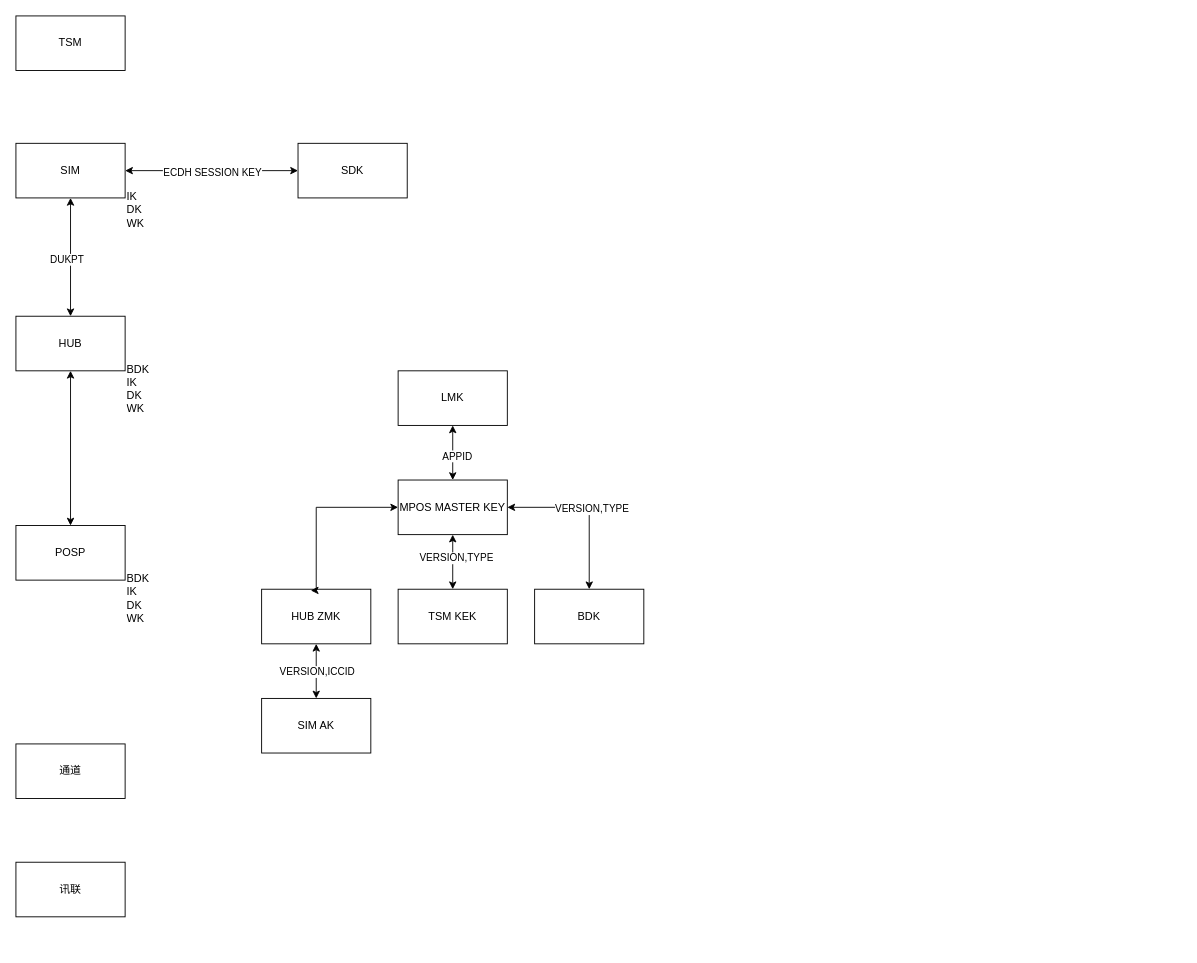
Earlier version of the draw.io diagram mpos.drawio (razor/1102_decoration). Source tidied: cells renumbered, new cells numbered last; positions are measured from the earlier drawing's top-left corner, leaving out a move shared by most shapes. Both pictures are drawn from the tidied source at 91%, with x=0, y=0 at pixel (15, 15).
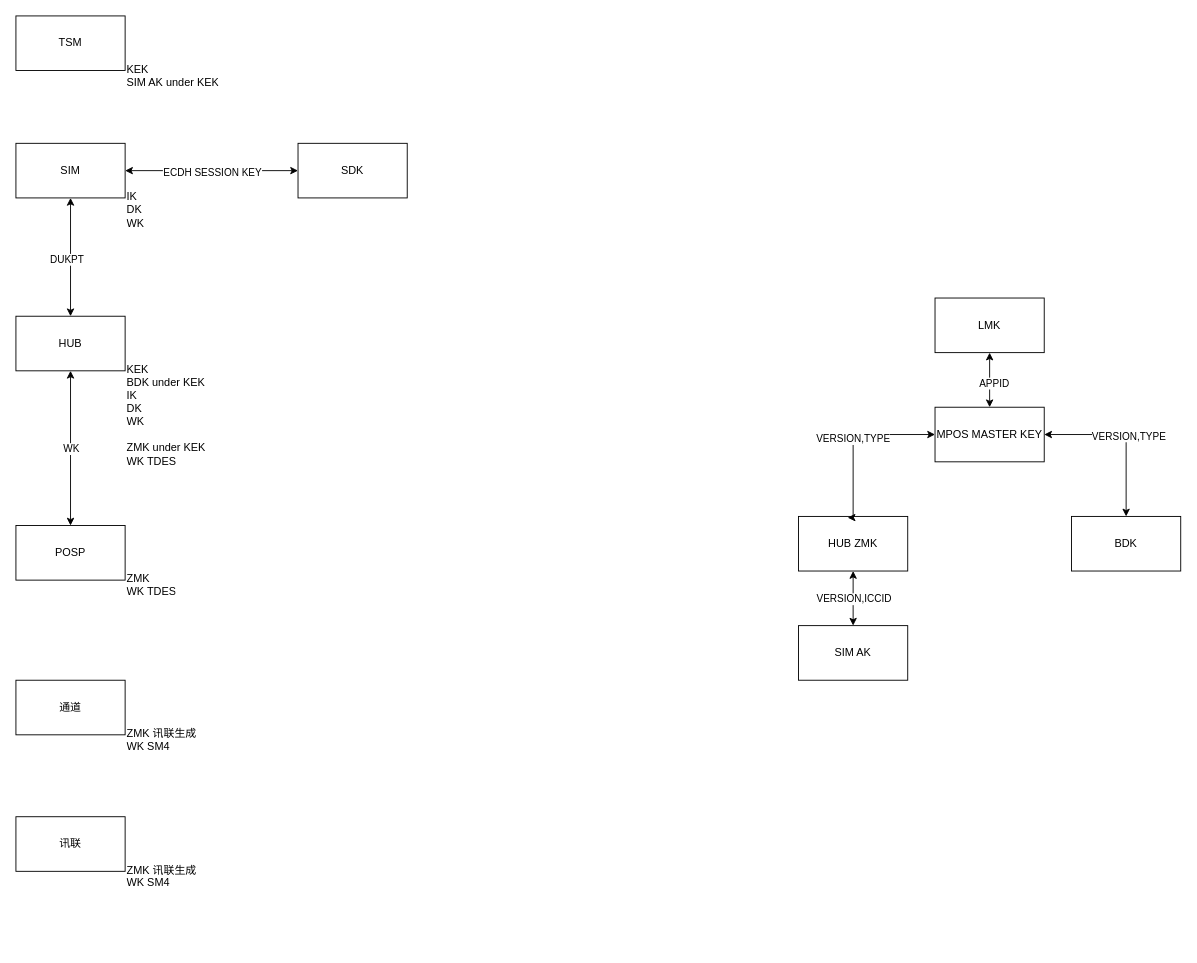
The same page after the edit.

The change refers to these unchanged cells:
```xml
<mxCell id="16" style="endArrow=classic;startArrow=classic;html=1;rounded=0;entryX=0.5;entryY=1;entryDx=0;entryDy=0;exitX=0.5;exitY=0;exitDx=0;exitDy=0;" parent="1" edge="1" source="5" target="4">
  <mxGeometry relative="1" as="geometry" />
</mxCell>
```

Diff of the diagram source:
```diff
@@
     <mxCell id="6" value="通道" style="rounded=0;whiteSpace=wrap;html=1;" parent="1" vertex="1">
-      <mxGeometry y="800" width="120" height="60" as="geometry" />
+      <mxGeometry y="730" width="120" height="60" as="geometry" />
     </mxCell>
     <mxCell id="7" value="讯联" style="rounded=0;whiteSpace=wrap;html=1;" parent="1" vertex="1">
-      <mxGeometry y="930" width="120" height="60" as="geometry" />
+      <mxGeometry y="880" width="120" height="60" as="geometry" />
     </mxCell>
@@
-    <mxCell id="14" value="&lt;h1 style=&quot;margin-top: 0px;&quot;&gt;&lt;br&gt;&lt;/h1&gt;&lt;div&gt;&lt;span style=&quot;background-color: initial;&quot;&gt;BDK&lt;/span&gt;&lt;/div&gt;&lt;div&gt;&lt;span style=&quot;background-color: initial;&quot;&gt;IK&lt;/span&gt;&lt;/div&gt;&lt;div&gt;DK&lt;/div&gt;&lt;div&gt;WK&lt;/div&gt;" style="text;html=1;whiteSpace=wrap;overflow=hidden;rounded=0;" parent="1" vertex="1">
-      <mxGeometry x="120" y="330" width="180" height="120" as="geometry" />
+    <mxCell id="14" value="&lt;h1 style=&quot;margin-top: 0px;&quot;&gt;&lt;br&gt;&lt;/h1&gt;&lt;div&gt;&lt;span style=&quot;background-color: initial;&quot;&gt;KEK&lt;/span&gt;&lt;/div&gt;&lt;div&gt;&lt;span style=&quot;background-color: initial;&quot;&gt;BDK under KEK&lt;/span&gt;&lt;/div&gt;&lt;div&gt;&lt;span style=&quot;background-color: initial;&quot;&gt;IK&lt;/span&gt;&lt;/div&gt;&lt;div&gt;DK&lt;/div&gt;&lt;div&gt;WK&lt;/div&gt;&lt;div&gt;&lt;br&gt;&lt;/div&gt;&lt;div&gt;ZMK under KEK&lt;/div&gt;&lt;div&gt;WK TDES&lt;/div&gt;" style="text;html=1;whiteSpace=wrap;overflow=hidden;rounded=0;" parent="1" vertex="1">
+      <mxGeometry x="120" y="330" width="180" height="170" as="geometry" />
     </mxCell>
-    <mxCell id="15" value="&lt;h1 style=&quot;margin-top: 0px;&quot;&gt;&lt;br&gt;&lt;/h1&gt;&lt;div&gt;&lt;span style=&quot;background-color: initial;&quot;&gt;BDK&lt;/span&gt;&lt;/div&gt;&lt;div&gt;&lt;span style=&quot;background-color: initial;&quot;&gt;IK&lt;/span&gt;&lt;/div&gt;&lt;div&gt;DK&lt;/div&gt;&lt;div&gt;WK&lt;/div&gt;" style="text;html=1;whiteSpace=wrap;overflow=hidden;rounded=0;" parent="1" vertex="1">
-      <mxGeometry x="120" y="560" width="180" height="120" as="geometry" />
+    <mxCell id="15" value="&lt;h1 style=&quot;margin-top: 0px;&quot;&gt;&lt;br&gt;&lt;/h1&gt;&lt;div&gt;&lt;span style=&quot;background-color: initial;&quot;&gt;ZMK&lt;/span&gt;&lt;/div&gt;&lt;div&gt;&lt;span style=&quot;background-color: initial;&quot;&gt;WK TDES&lt;/span&gt;&lt;/div&gt;" style="text;html=1;whiteSpace=wrap;overflow=hidden;rounded=0;" parent="1" vertex="1">
+      <mxGeometry x="120" y="560" width="180" height="140" as="geometry" />
     </mxCell>
@@
+    <mxCell id="32" value="WK" style="edgeLabel;html=1;align=center;verticalAlign=middle;" parent="16" vertex="1">
+      <mxGeometry relative="1" as="geometry" />
+    </mxCell>
     <mxCell id="17" value="LMK" style="rounded=0;whiteSpace=wrap;html=1;" parent="1" vertex="1">
-      <mxGeometry x="420" y="390" width="120" height="60" as="geometry" />
+      <mxGeometry x="1010" y="310" width="120" height="60" as="geometry" />
     </mxCell>
     <mxCell id="18" value="MPOS MASTER KEY" style="rounded=0;whiteSpace=wrap;html=1;" parent="1" vertex="1">
-      <mxGeometry x="420" y="510" width="120" height="60" as="geometry" />
+      <mxGeometry x="1010" y="430" width="120" height="60" as="geometry" />
     </mxCell>
@@
     <mxCell id="21" value="HUB ZMK" style="rounded=0;whiteSpace=wrap;html=1;" parent="1" vertex="1">
-      <mxGeometry x="270" y="630" width="120" height="60" as="geometry" />
+      <mxGeometry x="860" y="550" width="120" height="60" as="geometry" />
     </mxCell>
-    <mxCell id="22" value="TSM KEK" style="rounded=0;whiteSpace=wrap;html=1;" parent="1" vertex="1">
-      <mxGeometry x="420" y="630" width="120" height="60" as="geometry" />
-    </mxCell>
     <mxCell id="23" value="SIM AK" style="rounded=0;whiteSpace=wrap;html=1;" parent="1" vertex="1">
-      <mxGeometry x="270" y="750" width="120" height="60" as="geometry" />
+      <mxGeometry x="860" y="670" width="120" height="60" as="geometry" />
     </mxCell>
@@
     <mxCell id="26" value="BDK" style="rounded=0;whiteSpace=wrap;html=1;" parent="1" vertex="1">
-      <mxGeometry x="570" y="630" width="120" height="60" as="geometry" />
+      <mxGeometry x="1160" y="550" width="120" height="60" as="geometry" />
     </mxCell>
@@
-    <mxCell id="29" style="endArrow=classic;startArrow=classic;html=1;rounded=0;entryX=0.5;entryY=1;entryDx=0;entryDy=0;exitX=0.5;exitY=0;exitDx=0;exitDy=0;" parent="1" edge="1" source="22" target="18">
-      <mxGeometry relative="1" as="geometry" />
-    </mxCell>
+    <mxCell id="31" style="endArrow=classic;startArrow=classic;html=1;rounded=0;entryX=0;entryY=0.5;entryDx=0;entryDy=0;exitX=0.45;exitY=0.022;exitDx=0;exitDy=0;exitPerimeter=0;edgeStyle=orthogonalEdgeStyle;" parent="1" edge="1" source="21" target="18">
+      <mxGeometry relative="1" as="geometry">
+        <Array as="points">
+          <mxPoint x="920" y="551" />
+          <mxPoint x="920" y="460" />
+        </Array>
+      </mxGeometry>
+    </mxCell>
-    <mxCell id="30" value="VERSION,TYPE" style="edgeLabel;html=1;align=center;verticalAlign=middle;" parent="29" vertex="1">
-      <mxGeometry x="0.18" y="-3" relative="1" as="geometry" />
+    <mxCell id="30" value="VERSION,TYPE" style="edgeLabel;html=1;align=center;verticalAlign=middle;" parent="31" vertex="1">
+      <mxGeometry x="-0.01" y="1" relative="1" as="geometry" />
     </mxCell>
-    <mxCell id="31" style="endArrow=classic;startArrow=classic;html=1;rounded=0;entryX=0;entryY=0.5;entryDx=0;entryDy=0;exitX=0.45;exitY=0.022;exitDx=0;exitDy=0;exitPerimeter=0;edgeStyle=orthogonalEdgeStyle;" parent="1" edge="1" source="21" target="18">
-      <mxGeometry relative="1" as="geometry">
-        <Array as="points">
-          <mxPoint x="330" y="631" />
-          <mxPoint x="330" y="540" />
-        </Array>
-      </mxGeometry>
-    </mxCell>
+    <mxCell id="33" value="&lt;h1 style=&quot;margin-top: 0px;&quot;&gt;&lt;br&gt;&lt;/h1&gt;&lt;div&gt;&lt;span style=&quot;background-color: initial;&quot;&gt;ZMK 讯联生成&lt;/span&gt;&lt;/div&gt;&lt;div&gt;&lt;span style=&quot;background-color: initial;&quot;&gt;WK SM4&lt;/span&gt;&lt;/div&gt;" style="text;html=1;whiteSpace=wrap;overflow=hidden;rounded=0;" parent="1" vertex="1">
+      <mxGeometry x="120" y="880" width="180" height="140" as="geometry" />
+    </mxCell>
+    <mxCell id="34" value="&lt;h1 style=&quot;margin-top: 0px;&quot;&gt;&lt;br&gt;&lt;/h1&gt;&lt;div&gt;&lt;span style=&quot;background-color: initial;&quot;&gt;ZMK 讯联生成&lt;/span&gt;&lt;/div&gt;&lt;div&gt;&lt;span style=&quot;background-color: initial;&quot;&gt;WK SM4&lt;/span&gt;&lt;/div&gt;" style="text;html=1;whiteSpace=wrap;overflow=hidden;rounded=0;" parent="1" vertex="1">
+      <mxGeometry x="120" y="730" width="180" height="140" as="geometry" />
+    </mxCell>
+    <mxCell id="35" value="&lt;h1 style=&quot;margin-top: 0px;&quot;&gt;&lt;br&gt;&lt;/h1&gt;&lt;div&gt;KEK&lt;/div&gt;&lt;div&gt;SIM AK under KEK&lt;/div&gt;" style="text;html=1;whiteSpace=wrap;overflow=hidden;rounded=0;" parent="1" vertex="1">
+      <mxGeometry x="120" width="180" height="120" as="geometry" />
+    </mxCell>
```
